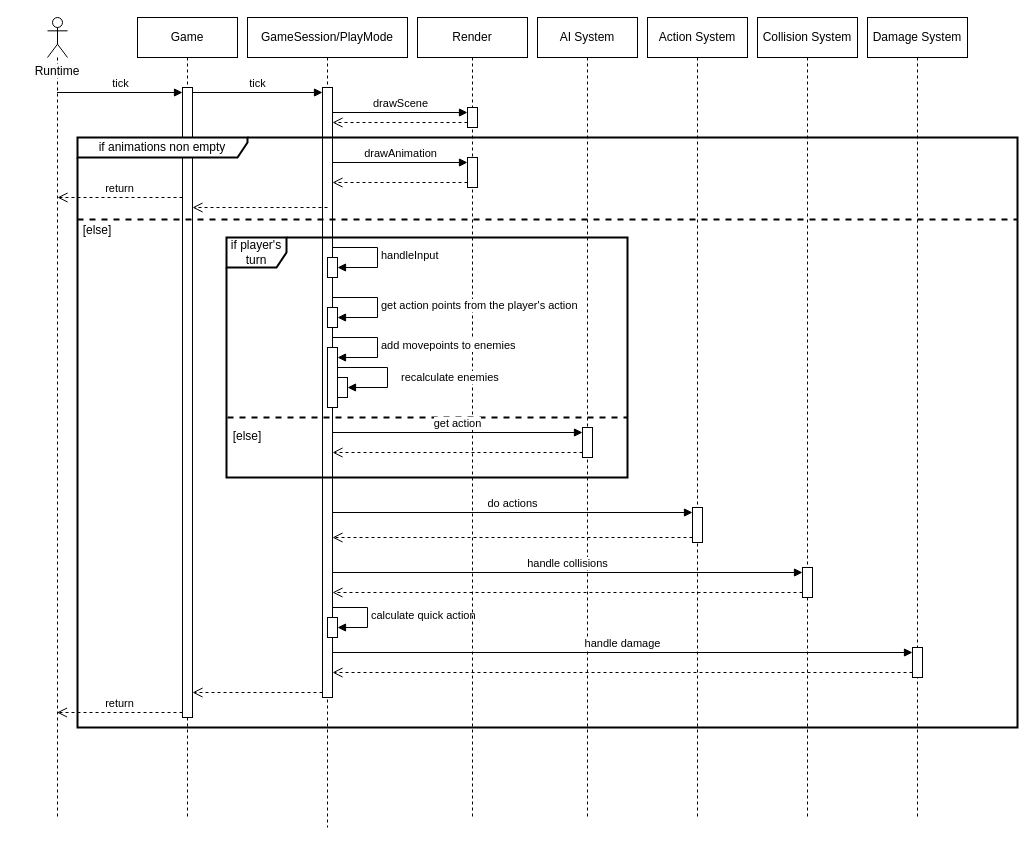
Before: page "PlayMode tick" (3 of 3) of docs/schemas.drawio in vladimir-popov/forgotten_catacombs, a draw.io diagram. Source tidied: cells renumbered, new cells numbered last; positions are measured from the earlier drawing's top-left corner, leaving out a move shared by most shapes. Both pictures are drawn from the tidied source at 100%, with x=0, y=0 at pixel (17, 17).
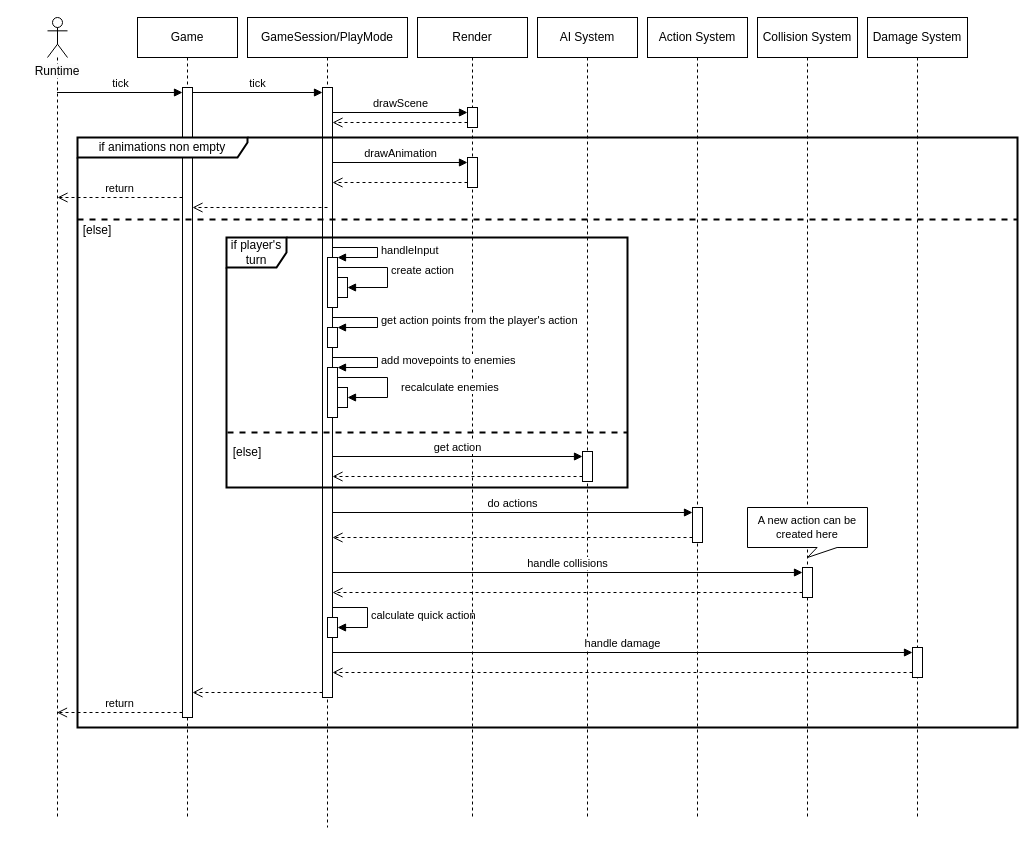
The same page after the edit.

The change refers to these unchanged cells:
```xml
<mxCell id="7" style="html=1;points=[[0,0,0,0,5],[0,1,0,0,-5],[1,0,0,0,5],[1,1,0,0,-5]];perimeter=orthogonalPerimeter;outlineConnect=0;targetShapes=umlLifeline;portConstraint=eastwest;newEdgeStyle={&quot;curved&quot;:0,&quot;rounded&quot;:0};" parent="6" vertex="1">
  <mxGeometry x="75" y="70" width="10" height="610" as="geometry" />
</mxCell>
<mxCell id="32" value="AI System" style="shape=umlLifeline;perimeter=lifelinePerimeter;whiteSpace=wrap;html=1;newEdgeStyle={&quot;curved&quot;:0,&quot;rounded&quot;:0};" parent="1" vertex="1">
  <mxGeometry x="520" width="100" height="800" as="geometry" />
</mxCell>
```

Diff of the diagram source:
```diff
@@
     <mxCell id="22" value="if player's turn" style="shape=umlFrame;whiteSpace=wrap;html=1;strokeWidth=2;" parent="1" vertex="1">
-      <mxGeometry x="209" y="220" width="401" height="240" as="geometry" />
+      <mxGeometry x="209" y="220" width="401" height="250" as="geometry" />
     </mxCell>
     <mxCell id="23" style="html=1;points=[[0,0,0,0,5],[0,1,0,0,-5],[1,0,0,0,5],[1,1,0,0,-5]];perimeter=orthogonalPerimeter;outlineConnect=0;targetShapes=umlLifeline;portConstraint=eastwest;newEdgeStyle={&quot;curved&quot;:0,&quot;rounded&quot;:0};" parent="1" vertex="1">
-      <mxGeometry x="310" y="240" width="10" height="20" as="geometry" />
+      <mxGeometry x="310" y="240" width="10" height="50" as="geometry" />
     </mxCell>
     <mxCell id="24" value="handleInput" style="html=1;align=left;spacingLeft=2;endArrow=block;rounded=0;edgeStyle=orthogonalEdgeStyle;curved=0;rounded=0;" parent="1" edge="1" source="7" target="23">
       <mxGeometry relative="1" as="geometry">
         <Array as="points">
           <mxPoint x="360" y="230" />
-          <mxPoint x="360" y="250" />
+          <mxPoint x="360" y="240" />
         </Array>
       </mxGeometry>
     </mxCell>
     <mxCell id="25" style="html=1;points=[[0,0,0,0,5],[0,1,0,0,-5],[1,0,0,0,5],[1,1,0,0,-5]];perimeter=orthogonalPerimeter;outlineConnect=0;targetShapes=umlLifeline;portConstraint=eastwest;newEdgeStyle={&quot;curved&quot;:0,&quot;rounded&quot;:0};" parent="1" vertex="1">
-      <mxGeometry x="310" y="330" width="10" height="60" as="geometry" />
+      <mxGeometry x="310" y="350" width="10" height="50" as="geometry" />
     </mxCell>
     <mxCell id="26" value="add movepoints to enemies" style="html=1;align=left;spacingLeft=2;endArrow=block;rounded=0;edgeStyle=orthogonalEdgeStyle;curved=0;rounded=0;" parent="1" edge="1" source="7" target="25">
       <mxGeometry relative="1" as="geometry">
         <Array as="points">
-          <mxPoint x="360" y="320" />
           <mxPoint x="360" y="340" />
+          <mxPoint x="360" y="350" />
         </Array>
       </mxGeometry>
     </mxCell>
@@
     <mxCell id="31" style="line;strokeWidth=2;fillColor=none;align=left;verticalAlign=middle;spacingTop=-1;spacingLeft=3;spacingRight=3;labelPosition=right;strokeColor=inherit;dashed=1;" parent="1" vertex="1">
-      <mxGeometry x="210" y="396" width="400" height="8" as="geometry" />
+      <mxGeometry x="210" y="411" width="400" height="8" as="geometry" />
     </mxCell>
@@
     <mxCell id="33" style="html=1;points=[[0,0,0,0,5],[0,1,0,0,-5],[1,0,0,0,5],[1,1,0,0,-5]];perimeter=orthogonalPerimeter;outlineConnect=0;targetShapes=umlLifeline;portConstraint=eastwest;newEdgeStyle={&quot;curved&quot;:0,&quot;rounded&quot;:0};" parent="32" vertex="1">
-      <mxGeometry x="45" y="410" width="10" height="30" as="geometry" />
+      <mxGeometry x="45" y="434" width="10" height="30" as="geometry" />
     </mxCell>
@@
     <mxCell id="48" value="[else]" style="text;html=1;align=center;verticalAlign=middle;whiteSpace=wrap;rounded=0;" parent="1" vertex="1">
-      <mxGeometry x="200" y="404" width="60" height="30" as="geometry" />
+      <mxGeometry x="200" y="420" width="60" height="30" as="geometry" />
     </mxCell>
     <mxCell id="49" style="html=1;points=[[0,0,0,0,5],[0,1,0,0,-5],[1,0,0,0,5],[1,1,0,0,-5]];perimeter=orthogonalPerimeter;outlineConnect=0;targetShapes=umlLifeline;portConstraint=eastwest;newEdgeStyle={&quot;curved&quot;:0,&quot;rounded&quot;:0};" parent="1" vertex="1">
-      <mxGeometry x="310" y="290" width="10" height="20" as="geometry" />
+      <mxGeometry x="310" y="310" width="10" height="20" as="geometry" />
     </mxCell>
     <mxCell id="50" value="get action points from the player's action" style="html=1;align=left;spacingLeft=2;endArrow=block;rounded=0;edgeStyle=orthogonalEdgeStyle;curved=0;rounded=0;" parent="1" edge="1" source="7" target="49">
       <mxGeometry relative="1" as="geometry">
         <Array as="points">
-          <mxPoint x="360" y="280" />
           <mxPoint x="360" y="300" />
+          <mxPoint x="360" y="310" />
         </Array>
       </mxGeometry>
     </mxCell>
+    <mxCell id="53" value="A new action can be created here" style="shape=callout;whiteSpace=wrap;html=1;perimeter=calloutPerimeter;fontSize=11;size=10;position=0.58;" parent="1" vertex="1">
+      <mxGeometry x="730" y="490" width="120" height="50" as="geometry" />
+    </mxCell>
+    <mxCell id="54" style="group;" parent="1" vertex="1">
+      <mxGeometry x="320" y="360" width="50" height="30" as="geometry" />
+    </mxCell>
-    <mxCell id="51" style="html=1;points=[[0,0,0,0,5],[0,1,0,0,-5],[1,0,0,0,5],[1,1,0,0,-5]];perimeter=orthogonalPerimeter;outlineConnect=0;targetShapes=umlLifeline;portConstraint=eastwest;newEdgeStyle={&quot;curved&quot;:0,&quot;rounded&quot;:0};" parent="1" vertex="1">
-      <mxGeometry x="320" y="360" width="10" height="20" as="geometry" />
+    <mxCell id="51" style="html=1;points=[[0,0,0,0,5],[0,1,0,0,-5],[1,0,0,0,5],[1,1,0,0,-5]];perimeter=orthogonalPerimeter;outlineConnect=0;targetShapes=umlLifeline;portConstraint=eastwest;newEdgeStyle={&quot;curved&quot;:0,&quot;rounded&quot;:0};" parent="54" vertex="1">
+      <mxGeometry y="10" width="10" height="20" as="geometry" />
     </mxCell>
-    <mxCell id="52" value="recalculate enemies" style="html=1;align=left;spacingLeft=2;endArrow=block;rounded=0;edgeStyle=orthogonalEdgeStyle;curved=0;rounded=0;" parent="1" edge="1" source="25" target="51">
+    <mxCell id="52" value="recalculate enemies" style="html=1;align=left;spacingLeft=2;endArrow=block;rounded=0;edgeStyle=orthogonalEdgeStyle;curved=0;rounded=0;" parent="54" edge="1" source="25" target="51">
       <mxGeometry x="0.09" y="10" relative="1" as="geometry">
         <Array as="points">
-          <mxPoint x="370" y="350" />
-          <mxPoint x="370" y="370" />
+          <mxPoint x="50" />
+          <mxPoint x="50" y="20" />
         </Array>
       </mxGeometry>
     </mxCell>
+    <mxCell id="55" style="html=1;points=[[0,0,0,0,5],[0,1,0,0,-5],[1,0,0,0,5],[1,1,0,0,-5]];perimeter=orthogonalPerimeter;outlineConnect=0;targetShapes=umlLifeline;portConstraint=eastwest;newEdgeStyle={&quot;curved&quot;:0,&quot;rounded&quot;:0};" parent="1" vertex="1">
+      <mxGeometry x="320" y="260" width="10" height="20" as="geometry" />
+    </mxCell>
+    <mxCell id="56" value="create action" style="html=1;align=left;spacingLeft=2;endArrow=block;rounded=0;edgeStyle=orthogonalEdgeStyle;curved=0;rounded=0;exitX=1;exitY=0;exitDx=0;exitDy=5;exitPerimeter=0;" parent="1" edge="1" source="23" target="55">
+      <mxGeometry relative="1" as="geometry">
+        <Array as="points">
+          <mxPoint x="320" y="250" />
+          <mxPoint x="370" y="250" />
+          <mxPoint x="370" y="270" />
+        </Array>
+      </mxGeometry>
+    </mxCell>
```
